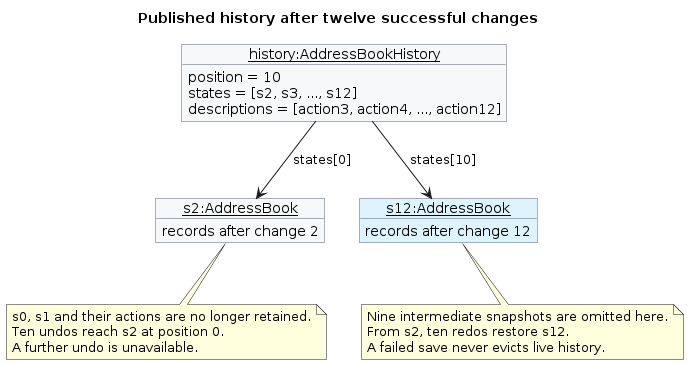
This is diagrams/UndoRedoLimit.png from AY2627S1-CS2103T-F15-2/tp, a PlantUML export, as it was before one commit. Its source is kept beside it as diagrams/UndoRedoLimit.puml.
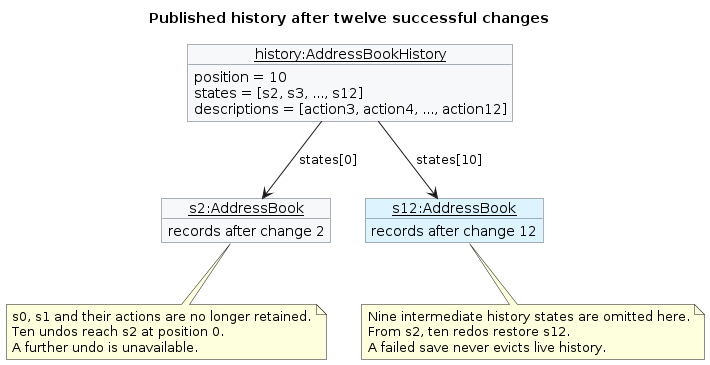
After the change.

The edit, as a diff of the source:
```diff
@@ -26,7 +26,7 @@
   A further undo is unavailable.
 end note
 note bottom of latest
-  Nine intermediate snapshots are omitted here.
+  Nine intermediate history states are omitted here.
   From s2, ten redos restore s12.
   A failed save never evicts live history.
 end note
```
